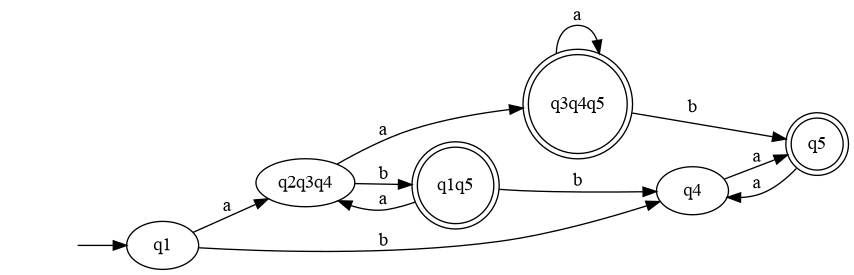
This is TestGraphs/DFA.png from bas200o/formele-methoden, a Graphviz export, as it was before one commit. Its source is kept beside it as TestGraphs/DFA.dot. The source it was exported from:
```dot
digraph id
{
	rankdir =  LR; node_start [label = "", shape = none];
	node_start ->  q1;
	q1q5 [label =q1q5, shape = doublecircle];
	q3q4q5 [label =q3q4q5, shape = doublecircle];
	q5 [label =q5, shape = doublecircle];
	q1 -> q2q3q4 ["label"="a"];
	q1 -> q4 ["label"="b"];
	q1q5 -> q2q3q4 ["label"="a"];
	q1q5 -> q4 ["label"="b"];
	q2q3q4 -> q3q4q5 ["label"="a"];
	q2q3q4 -> q1q5 ["label"="b"];
	q3q4q5 -> q3q4q5 ["label"="a"];
	q3q4q5 -> q5 ["label"="b"];
	q4 -> q5 ["label"="a"];
	q5 -> q4 ["label"="a"];
}
```
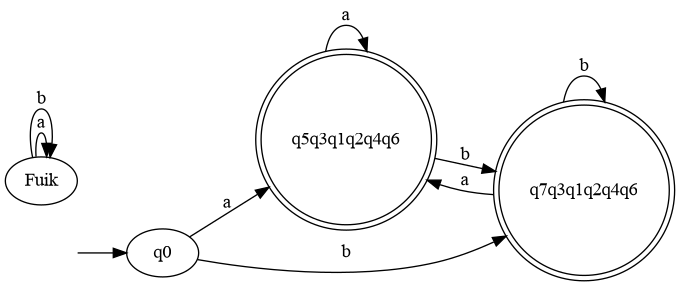
Above is the later version.

The edit, as a diff of the source:
```diff
@@ -1,18 +1,15 @@
 digraph id
 {
 	rankdir =  LR; node_start [label = "", shape = none];
-	node_start ->  q1;
-	q1q5 [label =q1q5, shape = doublecircle];
-	q3q4q5 [label =q3q4q5, shape = doublecircle];
-	q5 [label =q5, shape = doublecircle];
-	q1 -> q2q3q4 ["label"="a"];
-	q1 -> q4 ["label"="b"];
-	q1q5 -> q2q3q4 ["label"="a"];
-	q1q5 -> q4 ["label"="b"];
-	q2q3q4 -> q3q4q5 ["label"="a"];
-	q2q3q4 -> q1q5 ["label"="b"];
-	q3q4q5 -> q3q4q5 ["label"="a"];
-	q3q4q5 -> q5 ["label"="b"];
-	q4 -> q5 ["label"="a"];
-	q5 -> q4 ["label"="a"];
+	node_start ->  q0;
+	q5q3q1q2q4q6 [label =q5q3q1q2q4q6, shape = doublecircle];
+	q7q3q1q2q4q6 [label =q7q3q1q2q4q6, shape = doublecircle];
+	Fuik -> Fuik ["label"="a"];
+	Fuik -> Fuik ["label"="b"];
+	q0 -> q5q3q1q2q4q6 ["label"="a"];
+	q0 -> q7q3q1q2q4q6 ["label"="b"];
+	q5q3q1q2q4q6 -> q5q3q1q2q4q6 ["label"="a"];
+	q5q3q1q2q4q6 -> q7q3q1q2q4q6 ["label"="b"];
+	q7q3q1q2q4q6 -> q5q3q1q2q4q6 ["label"="a"];
+	q7q3q1q2q4q6 -> q7q3q1q2q4q6 ["label"="b"];
 }
```
